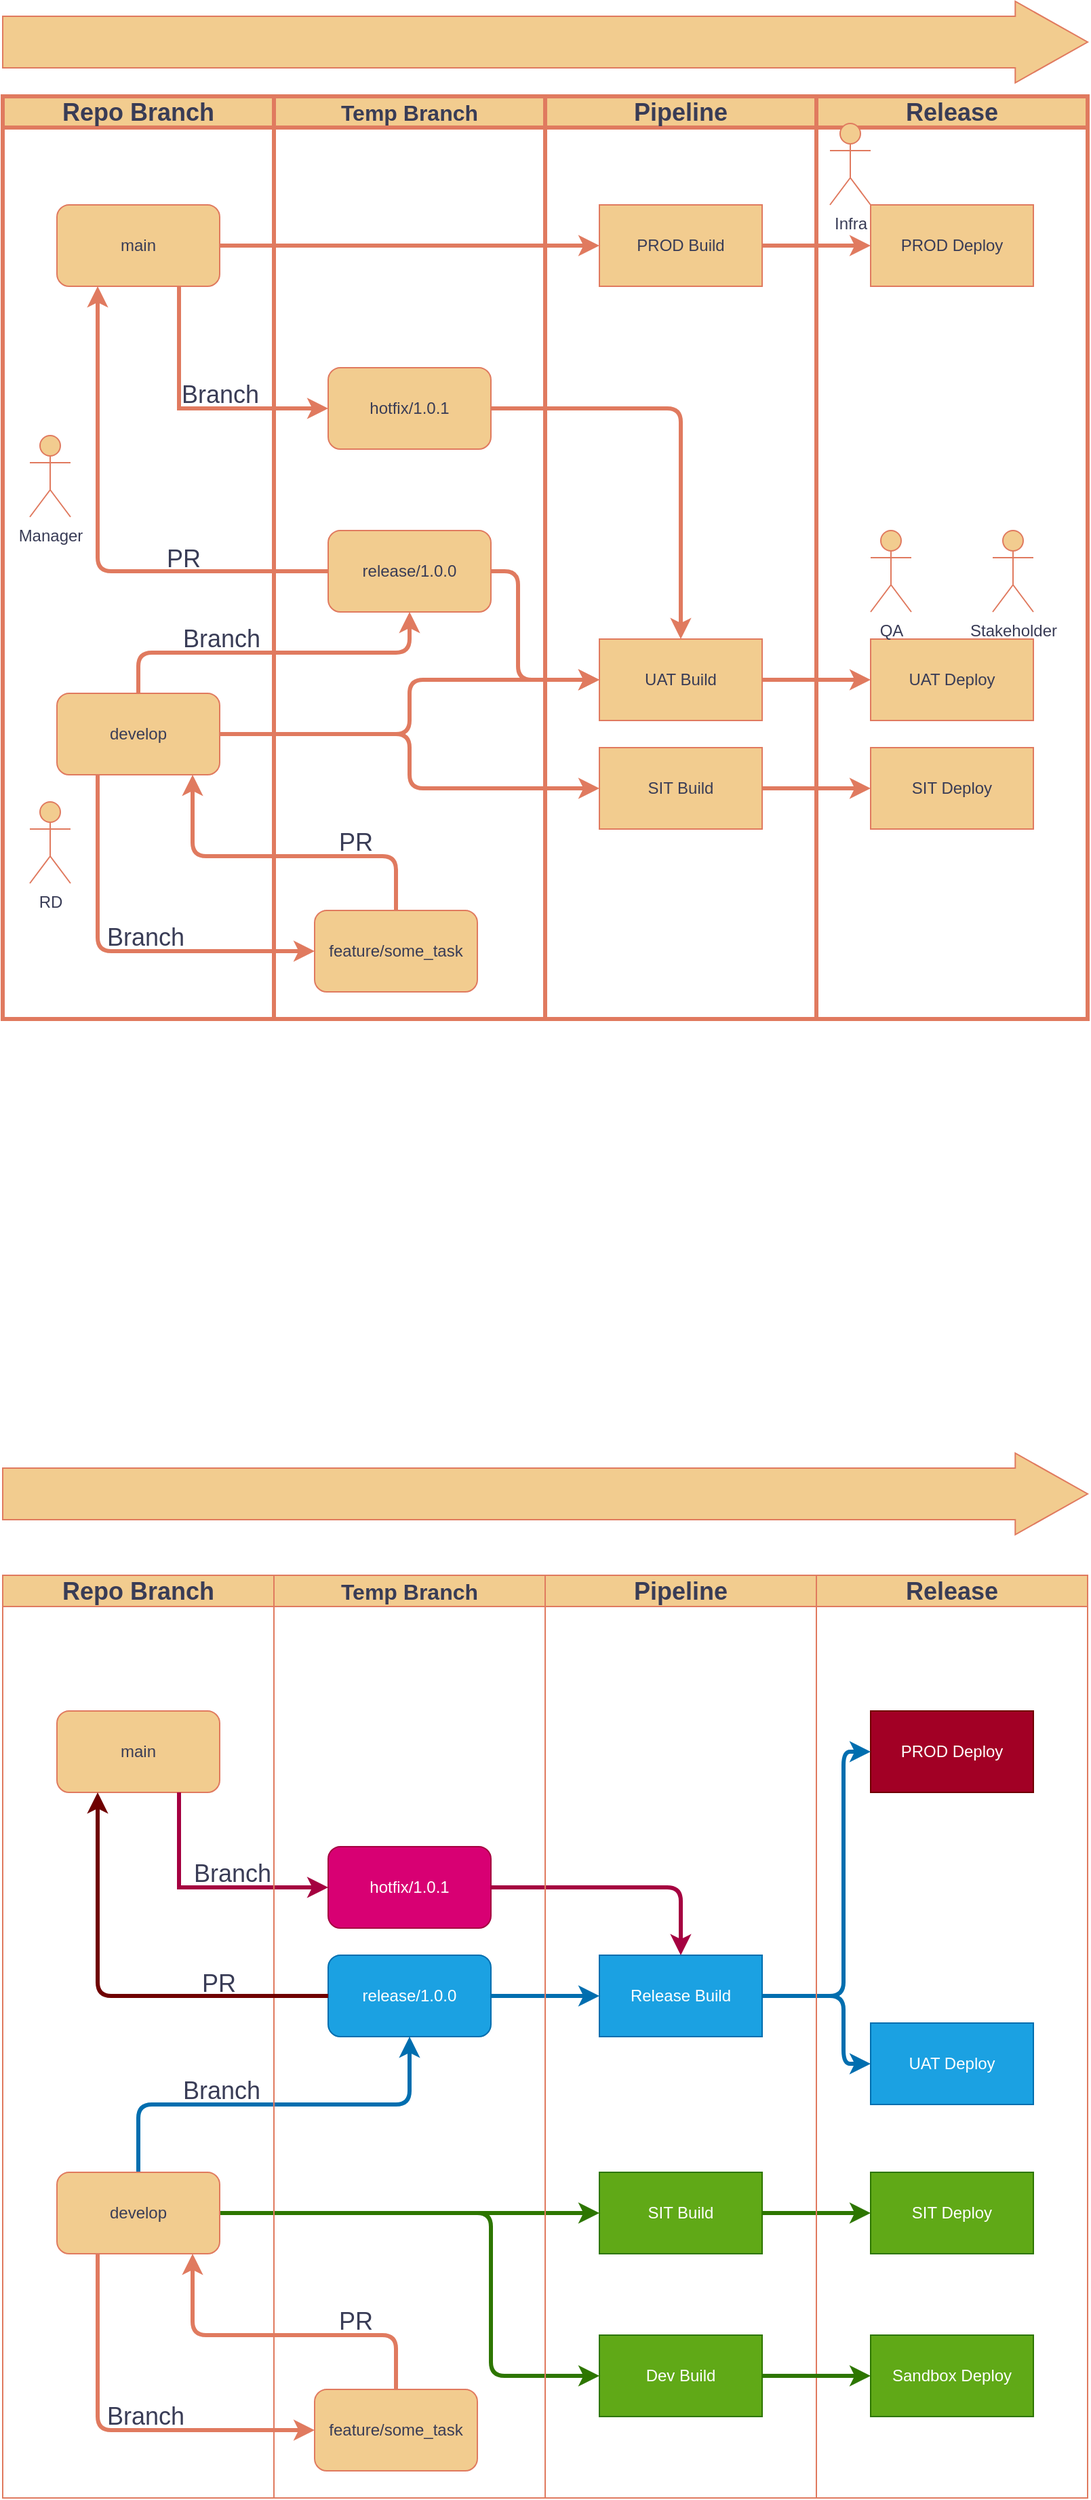
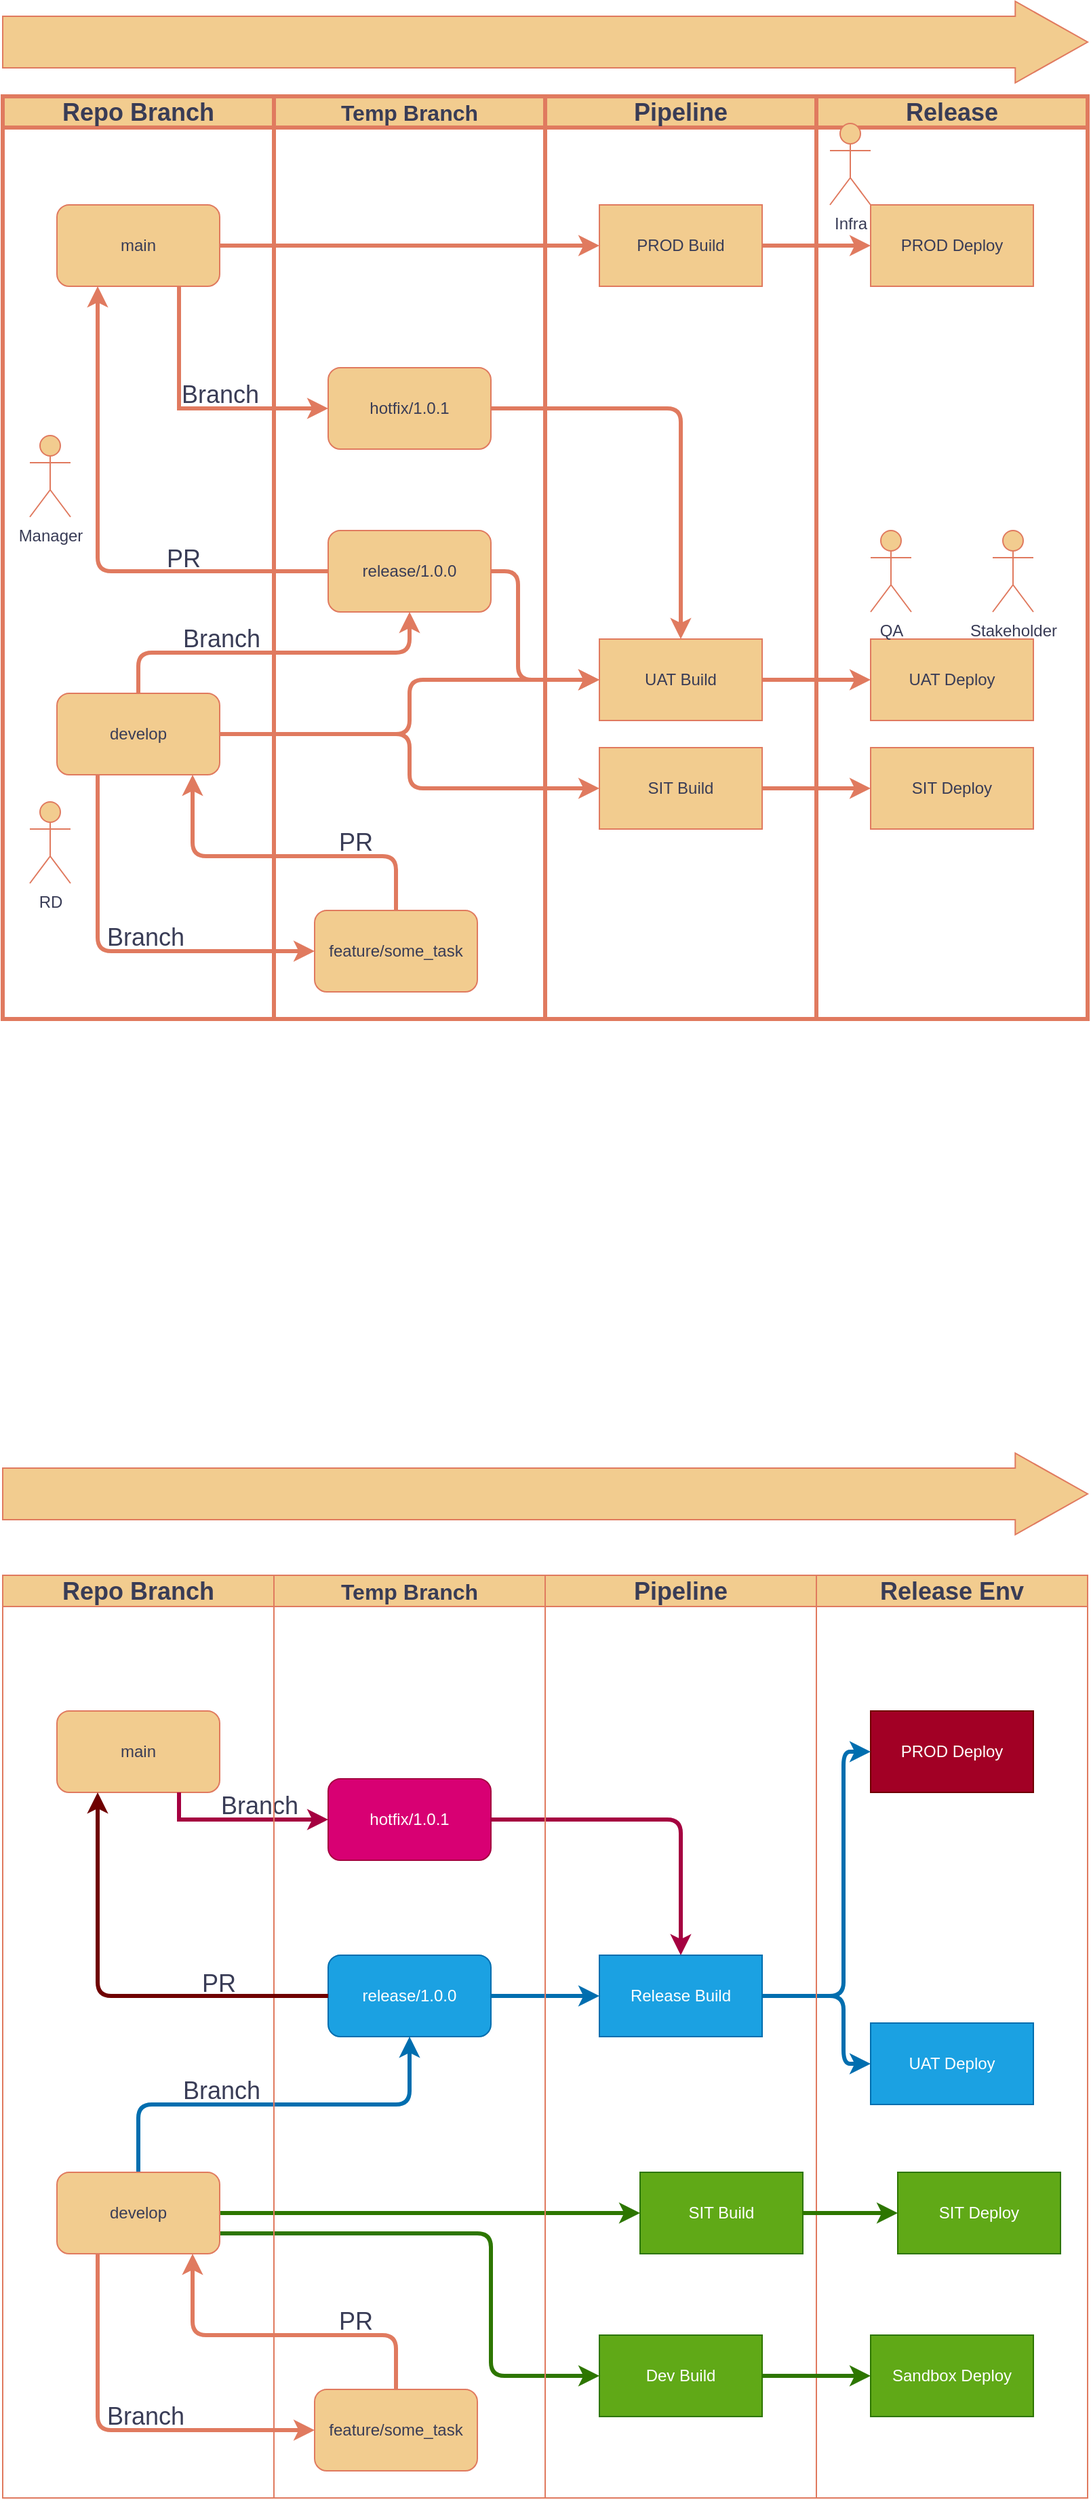
- <mxfile host="app.diagrams.net" agent="Mozilla/5.0 (Macintosh; Intel Mac OS X 10_15_7) AppleWebKit/537.36 (KHTML, like Gecko) Chrome/145.0.0.0 Safari/537.36" version="29.6.1">
+ <mxfile host="app.diagrams.net" agent="Mozilla/5.0 (Macintosh; Intel Mac OS X 10_15_7) AppleWebKit/537.36 (KHTML, like Gecko) Chrome/145.0.0.0 Safari/537.36" version="29.6.4">
  <diagram name="Page-1" id="_IZ8ExlSW6bFyFIU-I-W">
-     <mxGraphModel dx="1106" dy="775" grid="1" gridSize="10" guides="1" tooltips="1" connect="1" arrows="1" fold="1" page="1" pageScale="1" pageWidth="850" pageHeight="1100" math="0" shadow="0">
+     <mxGraphModel dx="885" dy="620" grid="1" gridSize="10" guides="1" tooltips="1" connect="1" arrows="1" fold="1" page="1" pageScale="1" pageWidth="850" pageHeight="1100" math="0" shadow="0">
      <root>
        <mxCell id="0" />
        <mxCell id="1" parent="0" />
        <mxCell id="ih2w7dszKeWx97QtcbHR-46" parent="1" style="swimlane;whiteSpace=wrap;html=1;fillStyle=solid;fillColor=#F2CC8F;fontColor=#393C56;strokeColor=#E07A5F;swimlaneFillColor=none;labelBackgroundColor=none;strokeWidth=3;" value="&lt;font style=&quot;font-size: 18px;&quot;&gt;Repo Branch&lt;/font&gt;" vertex="1">
          <mxGeometry height="680" width="200" x="40" y="110" as="geometry" />
        </mxCell>
        <mxCell id="ih2w7dszKeWx97QtcbHR-55" parent="ih2w7dszKeWx97QtcbHR-46" style="shape=umlActor;verticalLabelPosition=bottom;verticalAlign=top;html=1;outlineConnect=0;labelBackgroundColor=none;fillColor=#F2CC8F;strokeColor=#E07A5F;fontColor=#393C56;" value="RD" vertex="1">
          <mxGeometry height="60" width="30" x="20" y="520" as="geometry" />
        </mxCell>
        <mxCell id="ih2w7dszKeWx97QtcbHR-29" parent="ih2w7dszKeWx97QtcbHR-46" style="shape=umlActor;verticalLabelPosition=bottom;verticalAlign=top;html=1;outlineConnect=0;labelBackgroundColor=none;fillColor=#F2CC8F;strokeColor=#E07A5F;fontColor=#393C56;" value="Manager" vertex="1">
          <mxGeometry height="60" width="30" x="20" y="250" as="geometry" />
        </mxCell>
        <mxCell id="ih2w7dszKeWx97QtcbHR-28" edge="1" parent="1" source="ih2w7dszKeWx97QtcbHR-1" style="edgeStyle=orthogonalEdgeStyle;rounded=0;orthogonalLoop=1;jettySize=auto;html=1;entryX=0;entryY=0.5;entryDx=0;entryDy=0;labelBackgroundColor=none;strokeColor=#E07A5F;fontColor=default;strokeWidth=3;" target="ih2w7dszKeWx97QtcbHR-25">
          <mxGeometry relative="1" as="geometry" />
        </mxCell>
        <mxCell id="ih2w7dszKeWx97QtcbHR-39" edge="1" parent="1" source="ih2w7dszKeWx97QtcbHR-1" style="edgeStyle=orthogonalEdgeStyle;rounded=0;orthogonalLoop=1;jettySize=auto;html=1;entryX=0;entryY=0.5;entryDx=0;entryDy=0;exitX=0.75;exitY=1;exitDx=0;exitDy=0;labelBackgroundColor=none;strokeColor=#E07A5F;fontColor=default;strokeWidth=3;" target="ih2w7dszKeWx97QtcbHR-38">
          <mxGeometry relative="1" as="geometry" />
        </mxCell>
        <mxCell id="ih2w7dszKeWx97QtcbHR-40" connectable="0" parent="ih2w7dszKeWx97QtcbHR-39" style="edgeLabel;html=1;align=center;verticalAlign=middle;resizable=0;points=[];labelBackgroundColor=none;fontColor=#393C56;" value="&lt;font style=&quot;font-size: 18px;&quot;&gt;Branch&lt;/font&gt;" vertex="1">
          <mxGeometry relative="1" x="0.1918" as="geometry">
            <mxPoint x="1" y="-10" as="offset" />
          </mxGeometry>
        </mxCell>
        <mxCell id="ih2w7dszKeWx97QtcbHR-1" parent="1" style="rounded=1;whiteSpace=wrap;html=1;labelBackgroundColor=none;fillColor=#F2CC8F;strokeColor=#E07A5F;fontColor=#393C56;" value="main" vertex="1">
          <mxGeometry height="60" width="120" x="80" y="190" as="geometry" />
        </mxCell>
        <mxCell id="ih2w7dszKeWx97QtcbHR-16" edge="1" parent="1" source="ih2w7dszKeWx97QtcbHR-2" style="edgeStyle=orthogonalEdgeStyle;rounded=1;orthogonalLoop=1;jettySize=auto;html=1;entryX=0;entryY=0.5;entryDx=0;entryDy=0;curved=0;labelBackgroundColor=none;strokeColor=#E07A5F;fontColor=default;strokeWidth=3;" target="ih2w7dszKeWx97QtcbHR-9">
          <mxGeometry relative="1" as="geometry" />
        </mxCell>
        <mxCell id="ih2w7dszKeWx97QtcbHR-17" edge="1" parent="1" source="ih2w7dszKeWx97QtcbHR-2" style="edgeStyle=orthogonalEdgeStyle;rounded=1;orthogonalLoop=1;jettySize=auto;html=1;entryX=0;entryY=0.5;entryDx=0;entryDy=0;curved=0;labelBackgroundColor=none;strokeColor=#E07A5F;fontColor=default;strokeWidth=3;" target="ih2w7dszKeWx97QtcbHR-12">
          <mxGeometry relative="1" as="geometry" />
        </mxCell>
        <mxCell id="ih2w7dszKeWx97QtcbHR-20" edge="1" parent="1" source="ih2w7dszKeWx97QtcbHR-2" style="edgeStyle=orthogonalEdgeStyle;rounded=1;orthogonalLoop=1;jettySize=auto;html=1;exitX=0.5;exitY=0;exitDx=0;exitDy=0;entryX=0.5;entryY=1;entryDx=0;entryDy=0;curved=0;labelBackgroundColor=none;strokeColor=#E07A5F;fontColor=default;strokeWidth=3;" target="ih2w7dszKeWx97QtcbHR-15">
          <mxGeometry relative="1" as="geometry" />
        </mxCell>
        <mxCell id="ih2w7dszKeWx97QtcbHR-21" connectable="0" parent="ih2w7dszKeWx97QtcbHR-20" style="edgeLabel;html=1;align=center;verticalAlign=middle;resizable=0;points=[];labelBackgroundColor=none;fontColor=#393C56;" value="&lt;font style=&quot;font-size: 18px;&quot;&gt;Branch&lt;/font&gt;" vertex="1">
          <mxGeometry relative="1" x="0.0267" y="-3" as="geometry">
            <mxPoint x="-43" y="-13" as="offset" />
          </mxGeometry>
        </mxCell>
        <mxCell id="ih2w7dszKeWx97QtcbHR-68" edge="1" parent="1" source="ih2w7dszKeWx97QtcbHR-2" style="edgeStyle=orthogonalEdgeStyle;rounded=1;orthogonalLoop=1;jettySize=auto;html=1;entryX=0;entryY=0.5;entryDx=0;entryDy=0;exitX=0.25;exitY=1;exitDx=0;exitDy=0;curved=0;labelBackgroundColor=none;strokeColor=#E07A5F;fontColor=default;strokeWidth=3;" target="ih2w7dszKeWx97QtcbHR-67">
          <mxGeometry relative="1" as="geometry" />
        </mxCell>
        <mxCell id="ih2w7dszKeWx97QtcbHR-69" connectable="0" parent="ih2w7dszKeWx97QtcbHR-68" style="edgeLabel;html=1;align=center;verticalAlign=middle;resizable=0;points=[];fontSize=18;labelBackgroundColor=none;fontColor=#393C56;" value="Branch" vertex="1">
          <mxGeometry relative="1" x="-0.3942" y="3" as="geometry">
            <mxPoint x="32" y="32" as="offset" />
          </mxGeometry>
        </mxCell>
        <mxCell id="ih2w7dszKeWx97QtcbHR-2" parent="1" style="rounded=1;whiteSpace=wrap;html=1;labelBackgroundColor=none;fillColor=#F2CC8F;strokeColor=#E07A5F;fontColor=#393C56;" value="develop" vertex="1">
          <mxGeometry height="60" width="120" x="80" y="550" as="geometry" />
        </mxCell>
        <mxCell id="ih2w7dszKeWx97QtcbHR-18" edge="1" parent="1" source="ih2w7dszKeWx97QtcbHR-9" style="edgeStyle=orthogonalEdgeStyle;rounded=0;orthogonalLoop=1;jettySize=auto;html=1;entryX=0;entryY=0.5;entryDx=0;entryDy=0;labelBackgroundColor=none;strokeColor=#E07A5F;fontColor=default;strokeWidth=3;" target="ih2w7dszKeWx97QtcbHR-10">
          <mxGeometry relative="1" as="geometry" />
        </mxCell>
        <mxCell id="ih2w7dszKeWx97QtcbHR-9" parent="1" style="rounded=0;whiteSpace=wrap;html=1;labelBackgroundColor=none;fillColor=#F2CC8F;strokeColor=#E07A5F;fontColor=#393C56;" value="SIT Build" vertex="1">
          <mxGeometry height="60" width="120" x="480" y="590" as="geometry" />
        </mxCell>
        <mxCell id="ih2w7dszKeWx97QtcbHR-11" parent="1" style="swimlane;whiteSpace=wrap;html=1;fillColor=#F2CC8F;fontColor=#393C56;strokeColor=#E07A5F;labelBackgroundColor=none;strokeWidth=3;" value="&lt;font style=&quot;font-size: 18px;&quot;&gt;Release&lt;/font&gt;" vertex="1">
          <mxGeometry height="680" width="200" x="640" y="110" as="geometry" />
        </mxCell>
        <mxCell id="ih2w7dszKeWx97QtcbHR-10" parent="ih2w7dszKeWx97QtcbHR-11" style="rounded=0;whiteSpace=wrap;html=1;labelBackgroundColor=none;fillColor=#F2CC8F;strokeColor=#E07A5F;fontColor=#393C56;" value="SIT Deploy" vertex="1">
          <mxGeometry height="60" width="120" x="40" y="480" as="geometry" />
        </mxCell>
        <mxCell id="ih2w7dszKeWx97QtcbHR-13" parent="ih2w7dszKeWx97QtcbHR-11" style="rounded=0;whiteSpace=wrap;html=1;labelBackgroundColor=none;fillColor=#F2CC8F;strokeColor=#E07A5F;fontColor=#393C56;" value="UAT Deploy" vertex="1">
          <mxGeometry height="60" width="120" x="40" y="400" as="geometry" />
        </mxCell>
        <mxCell id="ih2w7dszKeWx97QtcbHR-26" parent="ih2w7dszKeWx97QtcbHR-11" style="rounded=0;whiteSpace=wrap;html=1;labelBackgroundColor=none;fillColor=#F2CC8F;strokeColor=#E07A5F;fontColor=#393C56;" value="PROD Deploy" vertex="1">
          <mxGeometry height="60" width="120" x="40" y="80" as="geometry" />
        </mxCell>
        <mxCell id="ih2w7dszKeWx97QtcbHR-41" parent="ih2w7dszKeWx97QtcbHR-11" style="shape=umlActor;verticalLabelPosition=bottom;verticalAlign=top;html=1;outlineConnect=0;labelBackgroundColor=none;fillColor=#F2CC8F;strokeColor=#E07A5F;fontColor=#393C56;" value="QA" vertex="1">
          <mxGeometry height="60" width="30" x="40" y="320" as="geometry" />
        </mxCell>
        <mxCell id="ih2w7dszKeWx97QtcbHR-72" parent="ih2w7dszKeWx97QtcbHR-11" style="shape=umlActor;verticalLabelPosition=bottom;verticalAlign=top;html=1;outlineConnect=0;labelBackgroundColor=none;fillColor=#F2CC8F;strokeColor=#E07A5F;fontColor=#393C56;" value="Stakeholder" vertex="1">
          <mxGeometry height="60" width="30" x="130" y="320" as="geometry" />
        </mxCell>
        <mxCell id="ih2w7dszKeWx97QtcbHR-32" parent="ih2w7dszKeWx97QtcbHR-11" style="shape=umlActor;verticalLabelPosition=bottom;verticalAlign=top;html=1;outlineConnect=0;labelBackgroundColor=none;fillColor=#F2CC8F;strokeColor=#E07A5F;fontColor=#393C56;" value="Infra" vertex="1">
          <mxGeometry height="60" width="30" x="10" y="20" as="geometry" />
        </mxCell>
        <mxCell id="ih2w7dszKeWx97QtcbHR-19" edge="1" parent="1" source="ih2w7dszKeWx97QtcbHR-12" style="edgeStyle=orthogonalEdgeStyle;rounded=0;orthogonalLoop=1;jettySize=auto;html=1;entryX=0;entryY=0.5;entryDx=0;entryDy=0;labelBackgroundColor=none;strokeColor=#E07A5F;fontColor=default;strokeWidth=3;" target="ih2w7dszKeWx97QtcbHR-13">
          <mxGeometry relative="1" as="geometry" />
        </mxCell>
        <mxCell id="ih2w7dszKeWx97QtcbHR-12" parent="1" style="rounded=0;whiteSpace=wrap;html=1;labelBackgroundColor=none;fillColor=#F2CC8F;strokeColor=#E07A5F;fontColor=#393C56;" value="UAT Build" vertex="1">
          <mxGeometry height="60" width="120" x="480" y="510" as="geometry" />
        </mxCell>
        <mxCell id="ih2w7dszKeWx97QtcbHR-22" edge="1" parent="1" source="ih2w7dszKeWx97QtcbHR-15" style="edgeStyle=orthogonalEdgeStyle;rounded=1;orthogonalLoop=1;jettySize=auto;html=1;entryX=0;entryY=0.5;entryDx=0;entryDy=0;curved=0;labelBackgroundColor=none;strokeColor=#E07A5F;fontColor=default;strokeWidth=3;" target="ih2w7dszKeWx97QtcbHR-12">
          <mxGeometry relative="1" as="geometry">
            <Array as="points">
              <mxPoint x="420" y="460" />
              <mxPoint x="420" y="540" />
            </Array>
          </mxGeometry>
        </mxCell>
        <mxCell id="ih2w7dszKeWx97QtcbHR-27" edge="1" parent="1" source="ih2w7dszKeWx97QtcbHR-25" style="edgeStyle=orthogonalEdgeStyle;rounded=0;orthogonalLoop=1;jettySize=auto;html=1;entryX=0;entryY=0.5;entryDx=0;entryDy=0;labelBackgroundColor=none;strokeColor=#E07A5F;fontColor=default;strokeWidth=3;" target="ih2w7dszKeWx97QtcbHR-26">
          <mxGeometry relative="1" as="geometry" />
        </mxCell>
        <mxCell id="ih2w7dszKeWx97QtcbHR-25" parent="1" style="rounded=0;whiteSpace=wrap;html=1;labelBackgroundColor=none;fillColor=#F2CC8F;strokeColor=#E07A5F;fontColor=#393C56;" value="PROD Build" vertex="1">
          <mxGeometry height="60" width="120" x="480" y="190" as="geometry" />
        </mxCell>
        <mxCell id="ih2w7dszKeWx97QtcbHR-45" edge="1" parent="1" source="ih2w7dszKeWx97QtcbHR-38" style="edgeStyle=orthogonalEdgeStyle;rounded=1;orthogonalLoop=1;jettySize=auto;html=1;entryX=0.5;entryY=0;entryDx=0;entryDy=0;curved=0;labelBackgroundColor=none;strokeColor=#E07A5F;fontColor=default;strokeWidth=3;" target="ih2w7dszKeWx97QtcbHR-12">
          <mxGeometry relative="1" as="geometry" />
        </mxCell>
        <mxCell id="ih2w7dszKeWx97QtcbHR-50" parent="1" style="swimlane;whiteSpace=wrap;html=1;fillColor=#F2CC8F;fontColor=#393C56;strokeColor=#E07A5F;labelBackgroundColor=none;strokeWidth=3;" value="&lt;font style=&quot;font-size: 16px;&quot;&gt;Temp Branch&lt;/font&gt;" vertex="1">
          <mxGeometry height="680" width="200" x="240" y="110" as="geometry" />
        </mxCell>
        <mxCell id="ih2w7dszKeWx97QtcbHR-15" parent="ih2w7dszKeWx97QtcbHR-50" style="rounded=1;whiteSpace=wrap;html=1;labelBackgroundColor=none;fillColor=#F2CC8F;strokeColor=#E07A5F;fontColor=#393C56;" value="release/1.0.0" vertex="1">
          <mxGeometry height="60" width="120" x="40" y="320" as="geometry" />
        </mxCell>
        <mxCell id="ih2w7dszKeWx97QtcbHR-38" parent="ih2w7dszKeWx97QtcbHR-50" style="rounded=1;whiteSpace=wrap;html=1;labelBackgroundColor=none;fillColor=#F2CC8F;strokeColor=#E07A5F;fontColor=#393C56;" value="hotfix/1.0.1" vertex="1">
          <mxGeometry height="60" width="120" x="40" y="200" as="geometry" />
        </mxCell>
        <mxCell id="ih2w7dszKeWx97QtcbHR-52" edge="1" parent="1" source="ih2w7dszKeWx97QtcbHR-15" style="edgeStyle=orthogonalEdgeStyle;rounded=1;orthogonalLoop=1;jettySize=auto;html=1;exitX=0;exitY=0.5;exitDx=0;exitDy=0;curved=0;labelBackgroundColor=none;strokeColor=#E07A5F;fontColor=default;strokeWidth=3;" value="">
          <mxGeometry relative="1" as="geometry">
            <Array as="points">
              <mxPoint x="110" y="460" />
            </Array>
            <mxPoint x="330" y="430" as="sourcePoint" />
            <mxPoint x="110" y="250" as="targetPoint" />
          </mxGeometry>
        </mxCell>
        <mxCell id="ih2w7dszKeWx97QtcbHR-53" connectable="0" parent="ih2w7dszKeWx97QtcbHR-52" style="edgeLabel;html=1;align=center;verticalAlign=middle;resizable=0;points=[];fontSize=20;labelBackgroundColor=none;fontColor=#393C56;" value="&lt;font style=&quot;font-size: 18px;&quot;&gt;PR&lt;/font&gt;" vertex="1">
          <mxGeometry relative="1" x="-0.1263" y="-1" as="geometry">
            <mxPoint x="59" y="-9" as="offset" />
          </mxGeometry>
        </mxCell>
        <mxCell id="ih2w7dszKeWx97QtcbHR-62" parent="1" style="swimlane;whiteSpace=wrap;html=1;fillColor=#F2CC8F;fontColor=#393C56;strokeColor=#E07A5F;labelBackgroundColor=none;strokeWidth=3;" value="&lt;font style=&quot;font-size: 18px;&quot;&gt;Pipeline&lt;/font&gt;" vertex="1">
          <mxGeometry height="680" width="200" x="440" y="110" as="geometry" />
        </mxCell>
        <mxCell id="ih2w7dszKeWx97QtcbHR-70" edge="1" parent="1" source="ih2w7dszKeWx97QtcbHR-67" style="edgeStyle=orthogonalEdgeStyle;rounded=1;orthogonalLoop=1;jettySize=auto;html=1;exitX=0.5;exitY=0;exitDx=0;exitDy=0;curved=0;labelBackgroundColor=none;strokeColor=#E07A5F;fontColor=default;strokeWidth=3;">
          <mxGeometry relative="1" as="geometry">
            <Array as="points">
              <mxPoint x="330" y="670" />
              <mxPoint x="180" y="670" />
            </Array>
            <mxPoint x="180" y="610" as="targetPoint" />
          </mxGeometry>
        </mxCell>
        <mxCell id="ih2w7dszKeWx97QtcbHR-71" connectable="0" parent="ih2w7dszKeWx97QtcbHR-70" style="edgeLabel;html=1;align=center;verticalAlign=middle;resizable=0;points=[];fontSize=18;labelBackgroundColor=none;fontColor=#393C56;" value="PR" vertex="1">
          <mxGeometry relative="1" x="0.2389" y="1" as="geometry">
            <mxPoint x="85" y="-11" as="offset" />
          </mxGeometry>
        </mxCell>
        <mxCell id="ih2w7dszKeWx97QtcbHR-67" parent="1" style="rounded=1;whiteSpace=wrap;html=1;labelBackgroundColor=none;fillColor=#F2CC8F;strokeColor=#E07A5F;fontColor=#393C56;" value="feature/some_task" vertex="1">
          <mxGeometry height="60" width="120" x="270" y="710" as="geometry" />
        </mxCell>
        <mxCell id="ih2w7dszKeWx97QtcbHR-74" parent="1" style="shape=singleArrow;whiteSpace=wrap;html=1;strokeColor=#E07A5F;fontColor=#393C56;fillColor=#F2CC8F;arrowWidth=0.6333333333333243;arrowSize=0.06669117647058811;" value="" vertex="1">
          <mxGeometry height="60" width="800" x="40" y="40" as="geometry" />
        </mxCell>
        <mxCell id="AskI2HgM1iIe6Cz7fMsN-2" parent="1" style="swimlane;whiteSpace=wrap;html=1;fillStyle=solid;fillColor=#F2CC8F;fontColor=#393C56;strokeColor=#E07A5F;swimlaneFillColor=none;labelBackgroundColor=none;strokeWidth=1;" value="&lt;font style=&quot;font-size: 18px;&quot;&gt;Repo Branch&lt;/font&gt;" vertex="1">
          <mxGeometry height="680" width="200" x="40" y="1200" as="geometry" />
        </mxCell>
        <mxCell id="AskI2HgM1iIe6Cz7fMsN-8" parent="AskI2HgM1iIe6Cz7fMsN-2" style="rounded=1;whiteSpace=wrap;html=1;labelBackgroundColor=none;fillColor=#F2CC8F;strokeColor=#E07A5F;fontColor=#393C56;" value="main" vertex="1">
          <mxGeometry height="60" width="120" x="40" y="100" as="geometry" />
        </mxCell>
        <mxCell id="AskI2HgM1iIe6Cz7fMsN-6" edge="1" parent="1" source="AskI2HgM1iIe6Cz7fMsN-8" style="edgeStyle=orthogonalEdgeStyle;rounded=0;orthogonalLoop=1;jettySize=auto;html=1;entryX=0;entryY=0.5;entryDx=0;entryDy=0;exitX=0.75;exitY=1;exitDx=0;exitDy=0;labelBackgroundColor=none;strokeColor=#A50040;fontColor=default;strokeWidth=3;fillColor=#d80073;" target="AskI2HgM1iIe6Cz7fMsN-33">
          <mxGeometry relative="1" as="geometry" />
        </mxCell>
        <mxCell id="AskI2HgM1iIe6Cz7fMsN-7" connectable="0" parent="AskI2HgM1iIe6Cz7fMsN-6" style="edgeLabel;html=1;align=center;verticalAlign=middle;resizable=0;points=[];labelBackgroundColor=none;fontColor=#393C56;" value="&lt;font style=&quot;font-size: 18px;&quot;&gt;Branch&lt;/font&gt;" vertex="1">
          <mxGeometry relative="1" x="0.1918" as="geometry">
            <mxPoint x="1" y="-10" as="offset" />
          </mxGeometry>
        </mxCell>
-         <mxCell id="AskI2HgM1iIe6Cz7fMsN-9" edge="1" parent="1" source="AskI2HgM1iIe6Cz7fMsN-15" style="edgeStyle=orthogonalEdgeStyle;rounded=1;orthogonalLoop=1;jettySize=auto;html=1;entryX=0;entryY=0.5;entryDx=0;entryDy=0;curved=0;labelBackgroundColor=none;strokeColor=#2D7600;fontColor=default;strokeWidth=3;fillColor=#60a917;" target="AskI2HgM1iIe6Cz7fMsN-17">
-           <mxGeometry relative="1" as="geometry" />
+         <mxCell id="AskI2HgM1iIe6Cz7fMsN-9" edge="1" parent="1" source="AskI2HgM1iIe6Cz7fMsN-15" style="edgeStyle=orthogonalEdgeStyle;rounded=1;orthogonalLoop=1;jettySize=auto;html=1;entryX=0;entryY=0.5;entryDx=0;entryDy=0;curved=0;labelBackgroundColor=none;strokeColor=#2D7600;fontColor=default;strokeWidth=3;fillColor=#60a917;exitX=1;exitY=0.5;exitDx=0;exitDy=0;" target="AskI2HgM1iIe6Cz7fMsN-17">
+           <mxGeometry relative="1" as="geometry">
+             <Array as="points">
+               <mxPoint x="500" y="1670" />
+             </Array>
+           </mxGeometry>
        </mxCell>
        <mxCell id="AskI2HgM1iIe6Cz7fMsN-11" edge="1" parent="1" source="AskI2HgM1iIe6Cz7fMsN-15" style="edgeStyle=orthogonalEdgeStyle;rounded=1;orthogonalLoop=1;jettySize=auto;html=1;exitX=0.5;exitY=0;exitDx=0;exitDy=0;entryX=0.5;entryY=1;entryDx=0;entryDy=0;curved=0;labelBackgroundColor=none;strokeColor=#006EAF;fontColor=default;strokeWidth=3;fillColor=#1ba1e2;" target="AskI2HgM1iIe6Cz7fMsN-32">
          <mxGeometry relative="1" as="geometry" />
        </mxCell>
        <mxCell id="AskI2HgM1iIe6Cz7fMsN-12" connectable="0" parent="AskI2HgM1iIe6Cz7fMsN-11" style="edgeLabel;html=1;align=center;verticalAlign=middle;resizable=0;points=[];labelBackgroundColor=none;fontColor=#393C56;" value="&lt;font style=&quot;font-size: 18px;&quot;&gt;Branch&lt;/font&gt;" vertex="1">
          <mxGeometry relative="1" x="0.0267" y="-3" as="geometry">
            <mxPoint x="-43" y="-13" as="offset" />
          </mxGeometry>
        </mxCell>
        <mxCell id="AskI2HgM1iIe6Cz7fMsN-13" edge="1" parent="1" source="AskI2HgM1iIe6Cz7fMsN-15" style="edgeStyle=orthogonalEdgeStyle;rounded=1;orthogonalLoop=1;jettySize=auto;html=1;entryX=0;entryY=0.5;entryDx=0;entryDy=0;exitX=0.25;exitY=1;exitDx=0;exitDy=0;curved=0;labelBackgroundColor=none;strokeColor=#E07A5F;fontColor=default;strokeWidth=3;" target="AskI2HgM1iIe6Cz7fMsN-39">
          <mxGeometry relative="1" as="geometry" />
        </mxCell>
        <mxCell id="AskI2HgM1iIe6Cz7fMsN-14" connectable="0" parent="AskI2HgM1iIe6Cz7fMsN-13" style="edgeLabel;html=1;align=center;verticalAlign=middle;resizable=0;points=[];fontSize=18;labelBackgroundColor=none;fontColor=#393C56;" value="Branch" vertex="1">
          <mxGeometry relative="1" x="-0.3942" y="3" as="geometry">
            <mxPoint x="32" y="32" as="offset" />
          </mxGeometry>
        </mxCell>
-         <mxCell id="AskI2HgM1iIe6Cz7fMsN-43" edge="1" parent="1" source="AskI2HgM1iIe6Cz7fMsN-15" style="edgeStyle=orthogonalEdgeStyle;rounded=1;orthogonalLoop=1;jettySize=auto;html=1;entryX=0;entryY=0.5;entryDx=0;entryDy=0;strokeColor=#2D7600;fontColor=#393C56;fillColor=#60a917;curved=0;strokeWidth=3;" target="AskI2HgM1iIe6Cz7fMsN-41">
-           <mxGeometry relative="1" as="geometry">
-             <Array as="points">
-               <mxPoint x="400" y="1670" />
+         <mxCell id="AskI2HgM1iIe6Cz7fMsN-43" edge="1" parent="1" source="AskI2HgM1iIe6Cz7fMsN-15" style="edgeStyle=orthogonalEdgeStyle;rounded=1;orthogonalLoop=1;jettySize=auto;html=1;entryX=0;entryY=0.5;entryDx=0;entryDy=0;strokeColor=#2D7600;fontColor=#393C56;fillColor=#60a917;curved=0;strokeWidth=3;exitX=1;exitY=0.75;exitDx=0;exitDy=0;" target="AskI2HgM1iIe6Cz7fMsN-41">
+           <mxGeometry relative="1" as="geometry">
+             <Array as="points">
+               <mxPoint x="400" y="1685" />
              <mxPoint x="400" y="1790" />
            </Array>
          </mxGeometry>
        </mxCell>
        <mxCell id="AskI2HgM1iIe6Cz7fMsN-15" parent="1" style="rounded=1;whiteSpace=wrap;html=1;labelBackgroundColor=none;fillColor=#F2CC8F;strokeColor=#E07A5F;fontColor=#393C56;" value="develop" vertex="1">
          <mxGeometry height="60" width="120" x="80" y="1640" as="geometry" />
        </mxCell>
-         <mxCell id="AskI2HgM1iIe6Cz7fMsN-16" edge="1" parent="1" source="AskI2HgM1iIe6Cz7fMsN-17" style="edgeStyle=orthogonalEdgeStyle;rounded=0;orthogonalLoop=1;jettySize=auto;html=1;entryX=0;entryY=0.5;entryDx=0;entryDy=0;labelBackgroundColor=none;strokeColor=#2D7600;fontColor=default;strokeWidth=3;fillColor=#60a917;" target="AskI2HgM1iIe6Cz7fMsN-19">
-           <mxGeometry relative="1" as="geometry" />
-         </mxCell>
-         <mxCell id="AskI2HgM1iIe6Cz7fMsN-18" parent="1" style="swimlane;whiteSpace=wrap;html=1;fillColor=#F2CC8F;fontColor=#393C56;strokeColor=#E07A5F;labelBackgroundColor=none;strokeWidth=1;" value="&lt;font style=&quot;font-size: 18px;&quot;&gt;Release&lt;/font&gt;" vertex="1">
+         <mxCell id="AskI2HgM1iIe6Cz7fMsN-18" parent="1" style="swimlane;whiteSpace=wrap;html=1;fillColor=#F2CC8F;fontColor=#393C56;strokeColor=#E07A5F;labelBackgroundColor=none;strokeWidth=1;" value="&lt;font style=&quot;font-size: 18px;&quot;&gt;Release Env&lt;/font&gt;" vertex="1">
          <mxGeometry height="680" width="200" x="640" y="1200" as="geometry" />
-         </mxCell>
-         <mxCell id="AskI2HgM1iIe6Cz7fMsN-19" parent="AskI2HgM1iIe6Cz7fMsN-18" style="rounded=0;whiteSpace=wrap;html=1;labelBackgroundColor=none;fillColor=#60a917;strokeColor=#2D7600;fontColor=#ffffff;" value="SIT Deploy" vertex="1">
-           <mxGeometry height="60" width="120" x="40" y="440" as="geometry" />
        </mxCell>
        <mxCell id="AskI2HgM1iIe6Cz7fMsN-20" parent="AskI2HgM1iIe6Cz7fMsN-18" style="rounded=0;whiteSpace=wrap;html=1;labelBackgroundColor=none;fillColor=#1ba1e2;strokeColor=#006EAF;fontColor=#ffffff;" value="UAT Deploy" vertex="1">
          <mxGeometry height="60" width="120" x="40" y="330" as="geometry" />
        </mxCell>
        <mxCell id="AskI2HgM1iIe6Cz7fMsN-21" parent="AskI2HgM1iIe6Cz7fMsN-18" style="rounded=0;whiteSpace=wrap;html=1;labelBackgroundColor=none;fillColor=#a20025;strokeColor=#6F0000;fontColor=#ffffff;" value="PROD Deploy" vertex="1">
          <mxGeometry height="60" width="120" x="40" y="100" as="geometry" />
        </mxCell>
        <mxCell id="AskI2HgM1iIe6Cz7fMsN-42" parent="AskI2HgM1iIe6Cz7fMsN-18" style="rounded=0;whiteSpace=wrap;html=1;labelBackgroundColor=none;fillColor=#60a917;strokeColor=#2D7600;fontColor=#ffffff;" value="Sandbox Deploy" vertex="1">
          <mxGeometry height="60" width="120" x="40" y="560" as="geometry" />
        </mxCell>
+         <mxCell id="AskI2HgM1iIe6Cz7fMsN-19" parent="AskI2HgM1iIe6Cz7fMsN-18" style="rounded=0;whiteSpace=wrap;html=1;labelBackgroundColor=none;fillColor=#60a917;strokeColor=#2D7600;fontColor=#ffffff;" value="SIT Deploy" vertex="1">
+           <mxGeometry height="60" width="120" x="60" y="440" as="geometry" />
+         </mxCell>
        <mxCell id="AskI2HgM1iIe6Cz7fMsN-25" edge="1" parent="1" source="AskI2HgM1iIe6Cz7fMsN-26" style="edgeStyle=orthogonalEdgeStyle;rounded=1;orthogonalLoop=1;jettySize=auto;html=1;entryX=0;entryY=0.5;entryDx=0;entryDy=0;labelBackgroundColor=none;strokeColor=#006EAF;fontColor=default;strokeWidth=3;curved=0;exitX=1;exitY=0.5;exitDx=0;exitDy=0;fillColor=#1ba1e2;" target="AskI2HgM1iIe6Cz7fMsN-20">
          <mxGeometry relative="1" as="geometry">
            <Array as="points">
              <mxPoint x="660" y="1510" />
              <mxPoint x="660" y="1560" />
            </Array>
          </mxGeometry>
        </mxCell>
        <mxCell id="AskI2HgM1iIe6Cz7fMsN-27" edge="1" parent="1" source="AskI2HgM1iIe6Cz7fMsN-32" style="edgeStyle=orthogonalEdgeStyle;rounded=1;orthogonalLoop=1;jettySize=auto;html=1;entryX=0;entryY=0.5;entryDx=0;entryDy=0;curved=0;labelBackgroundColor=none;strokeColor=#006EAF;fontColor=default;strokeWidth=3;exitX=1;exitY=0.5;exitDx=0;exitDy=0;fillColor=#1ba1e2;" target="AskI2HgM1iIe6Cz7fMsN-26">
          <mxGeometry relative="1" as="geometry">
            <Array as="points">
              <mxPoint x="430" y="1510" />
              <mxPoint x="430" y="1510" />
            </Array>
          </mxGeometry>
        </mxCell>
        <mxCell id="AskI2HgM1iIe6Cz7fMsN-28" edge="1" parent="1" source="AskI2HgM1iIe6Cz7fMsN-26" style="edgeStyle=orthogonalEdgeStyle;rounded=1;orthogonalLoop=1;jettySize=auto;html=1;entryX=0;entryY=0.5;entryDx=0;entryDy=0;labelBackgroundColor=none;strokeColor=#006EAF;fontColor=default;strokeWidth=3;curved=0;exitX=1;exitY=0.5;exitDx=0;exitDy=0;fillColor=#1ba1e2;" target="AskI2HgM1iIe6Cz7fMsN-21">
          <mxGeometry relative="1" as="geometry">
            <Array as="points">
              <mxPoint x="660" y="1510" />
              <mxPoint x="660" y="1330" />
            </Array>
            <mxPoint x="610" y="1550" as="sourcePoint" />
          </mxGeometry>
        </mxCell>
        <mxCell id="AskI2HgM1iIe6Cz7fMsN-30" edge="1" parent="1" source="AskI2HgM1iIe6Cz7fMsN-33" style="edgeStyle=orthogonalEdgeStyle;rounded=1;orthogonalLoop=1;jettySize=auto;html=1;entryX=0.5;entryY=0;entryDx=0;entryDy=0;curved=0;labelBackgroundColor=none;strokeColor=#A50040;fontColor=default;strokeWidth=3;fillColor=#d80073;" target="AskI2HgM1iIe6Cz7fMsN-26">
          <mxGeometry relative="1" as="geometry" />
        </mxCell>
        <mxCell id="AskI2HgM1iIe6Cz7fMsN-31" parent="1" style="swimlane;whiteSpace=wrap;html=1;fillColor=#F2CC8F;fontColor=#393C56;strokeColor=#E07A5F;labelBackgroundColor=none;strokeWidth=1;" value="&lt;font style=&quot;font-size: 16px;&quot;&gt;Temp Branch&lt;/font&gt;" vertex="1">
          <mxGeometry height="680" width="200" x="240" y="1200" as="geometry" />
        </mxCell>
        <mxCell id="AskI2HgM1iIe6Cz7fMsN-32" parent="AskI2HgM1iIe6Cz7fMsN-31" style="rounded=1;whiteSpace=wrap;html=1;labelBackgroundColor=none;fillColor=#1ba1e2;strokeColor=#006EAF;fontColor=#ffffff;" value="release/1.0.0" vertex="1">
          <mxGeometry height="60" width="120" x="40" y="280" as="geometry" />
        </mxCell>
        <mxCell id="AskI2HgM1iIe6Cz7fMsN-33" parent="AskI2HgM1iIe6Cz7fMsN-31" style="rounded=1;whiteSpace=wrap;html=1;labelBackgroundColor=none;fillColor=#d80073;strokeColor=#A50040;fontColor=#ffffff;" value="hotfix/1.0.1" vertex="1">
-           <mxGeometry height="60" width="120" x="40" y="200" as="geometry" />
+           <mxGeometry height="60" width="120" x="40" y="150" as="geometry" />
        </mxCell>
        <mxCell id="AskI2HgM1iIe6Cz7fMsN-34" edge="1" parent="1" source="AskI2HgM1iIe6Cz7fMsN-32" style="edgeStyle=orthogonalEdgeStyle;rounded=1;orthogonalLoop=1;jettySize=auto;html=1;exitX=0;exitY=0.5;exitDx=0;exitDy=0;curved=0;labelBackgroundColor=none;strokeColor=#6F0000;fontColor=default;strokeWidth=3;entryX=0.25;entryY=1;entryDx=0;entryDy=0;fillColor=#a20025;" target="AskI2HgM1iIe6Cz7fMsN-8" value="">
          <mxGeometry relative="1" as="geometry">
            <Array as="points">
              <mxPoint x="110" y="1510" />
            </Array>
            <mxPoint x="330" y="1520" as="sourcePoint" />
            <mxPoint x="80" y="1410" as="targetPoint" />
          </mxGeometry>
        </mxCell>
        <mxCell id="AskI2HgM1iIe6Cz7fMsN-35" connectable="0" parent="AskI2HgM1iIe6Cz7fMsN-34" style="edgeLabel;html=1;align=center;verticalAlign=middle;resizable=0;points=[];fontSize=20;labelBackgroundColor=none;fontColor=#393C56;" value="&lt;font style=&quot;font-size: 18px;&quot;&gt;PR&lt;/font&gt;" vertex="1">
          <mxGeometry relative="1" x="-0.1263" y="-1" as="geometry">
            <mxPoint x="59" y="-9" as="offset" />
          </mxGeometry>
        </mxCell>
        <mxCell id="AskI2HgM1iIe6Cz7fMsN-36" parent="1" style="swimlane;whiteSpace=wrap;html=1;fillColor=#F2CC8F;fontColor=#393C56;strokeColor=#E07A5F;labelBackgroundColor=none;strokeWidth=1;" value="&lt;font style=&quot;font-size: 18px;&quot;&gt;Pipeline&lt;/font&gt;" vertex="1">
          <mxGeometry height="680" width="200" x="440" y="1200" as="geometry" />
        </mxCell>
        <mxCell id="AskI2HgM1iIe6Cz7fMsN-26" parent="AskI2HgM1iIe6Cz7fMsN-36" style="rounded=0;whiteSpace=wrap;html=1;labelBackgroundColor=none;fillColor=#1ba1e2;strokeColor=#006EAF;fontColor=#ffffff;" value="Release Build" vertex="1">
          <mxGeometry height="60" width="120" x="40" y="280" as="geometry" />
        </mxCell>
-         <mxCell id="AskI2HgM1iIe6Cz7fMsN-17" parent="AskI2HgM1iIe6Cz7fMsN-36" style="rounded=0;whiteSpace=wrap;html=1;labelBackgroundColor=none;fillColor=#60a917;strokeColor=#2D7600;fontColor=#ffffff;" value="SIT Build" vertex="1">
-           <mxGeometry height="60" width="120" x="40" y="440" as="geometry" />
-         </mxCell>
        <mxCell id="AskI2HgM1iIe6Cz7fMsN-41" parent="AskI2HgM1iIe6Cz7fMsN-36" style="rounded=0;whiteSpace=wrap;html=1;labelBackgroundColor=none;fillColor=#60a917;strokeColor=#2D7600;fontColor=#ffffff;" value="Dev Build" vertex="1">
          <mxGeometry height="60" width="120" x="40" y="560" as="geometry" />
+         </mxCell>
+         <mxCell id="AskI2HgM1iIe6Cz7fMsN-17" parent="AskI2HgM1iIe6Cz7fMsN-36" style="rounded=0;whiteSpace=wrap;html=1;labelBackgroundColor=none;fillColor=#60a917;strokeColor=#2D7600;fontColor=#ffffff;" value="SIT Build" vertex="1">
+           <mxGeometry height="60" width="120" x="70" y="440" as="geometry" />
        </mxCell>
        <mxCell id="AskI2HgM1iIe6Cz7fMsN-37" edge="1" parent="1" source="AskI2HgM1iIe6Cz7fMsN-39" style="edgeStyle=orthogonalEdgeStyle;rounded=1;orthogonalLoop=1;jettySize=auto;html=1;exitX=0.5;exitY=0;exitDx=0;exitDy=0;curved=0;labelBackgroundColor=none;strokeColor=#E07A5F;fontColor=default;strokeWidth=3;">
          <mxGeometry relative="1" as="geometry">
            <Array as="points">
              <mxPoint x="330" y="1760" />
              <mxPoint x="180" y="1760" />
            </Array>
            <mxPoint x="180" y="1700" as="targetPoint" />
          </mxGeometry>
        </mxCell>
        <mxCell id="AskI2HgM1iIe6Cz7fMsN-38" connectable="0" parent="AskI2HgM1iIe6Cz7fMsN-37" style="edgeLabel;html=1;align=center;verticalAlign=middle;resizable=0;points=[];fontSize=18;labelBackgroundColor=none;fontColor=#393C56;" value="PR" vertex="1">
          <mxGeometry relative="1" x="0.2389" y="1" as="geometry">
            <mxPoint x="85" y="-11" as="offset" />
          </mxGeometry>
        </mxCell>
        <mxCell id="AskI2HgM1iIe6Cz7fMsN-39" parent="1" style="rounded=1;whiteSpace=wrap;html=1;labelBackgroundColor=none;fillColor=#F2CC8F;strokeColor=#E07A5F;fontColor=#393C56;" value="feature/some_task" vertex="1">
          <mxGeometry height="60" width="120" x="270" y="1800" as="geometry" />
        </mxCell>
        <mxCell id="AskI2HgM1iIe6Cz7fMsN-40" parent="1" style="shape=singleArrow;whiteSpace=wrap;html=1;strokeColor=#E07A5F;fontColor=#393C56;fillColor=#F2CC8F;arrowWidth=0.6333333333333243;arrowSize=0.06669117647058811;" value="" vertex="1">
          <mxGeometry height="60" width="800" x="40" y="1110" as="geometry" />
        </mxCell>
        <mxCell id="AskI2HgM1iIe6Cz7fMsN-44" edge="1" parent="1" source="AskI2HgM1iIe6Cz7fMsN-41" style="edgeStyle=orthogonalEdgeStyle;rounded=0;orthogonalLoop=1;jettySize=auto;html=1;entryX=0;entryY=0.5;entryDx=0;entryDy=0;labelBackgroundColor=none;strokeColor=#2D7600;fontColor=default;strokeWidth=3;fillColor=#60a917;exitX=1;exitY=0.5;exitDx=0;exitDy=0;" target="AskI2HgM1iIe6Cz7fMsN-42">
          <mxGeometry relative="1" as="geometry">
            <mxPoint x="650" y="1670" as="sourcePoint" />
            <mxPoint x="730" y="1670" as="targetPoint" />
          </mxGeometry>
+         </mxCell>
+         <mxCell id="AskI2HgM1iIe6Cz7fMsN-16" edge="1" parent="1" source="AskI2HgM1iIe6Cz7fMsN-17" style="edgeStyle=orthogonalEdgeStyle;rounded=0;orthogonalLoop=1;jettySize=auto;html=1;entryX=0;entryY=0.5;entryDx=0;entryDy=0;labelBackgroundColor=none;strokeColor=#2D7600;fontColor=default;strokeWidth=3;fillColor=#60a917;" target="AskI2HgM1iIe6Cz7fMsN-19">
+           <mxGeometry relative="1" as="geometry" />
        </mxCell>
      </root>
    </mxGraphModel>
  </diagram>
</mxfile>
